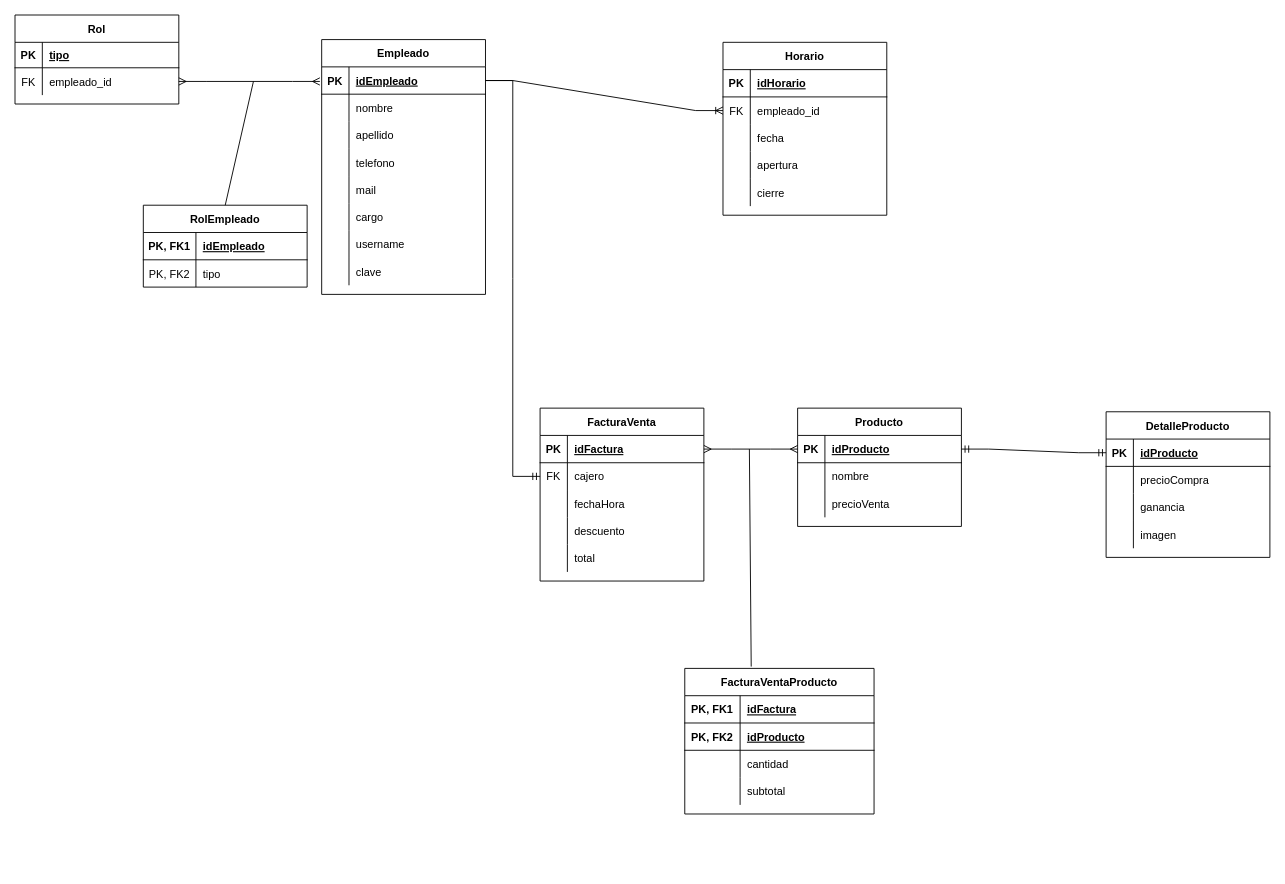
Earlier version of the draw.io diagram page "Página-1" (1 of 2) of Diagrama sin título.drawio (Camilapinz18/Evidencias_SENA). Source tidied: cells renumbered, new cells numbered last; positions are measured from the earlier drawing's top-left corner, leaving out a move shared by most shapes. Both pictures are drawn from the tidied source at 91%, with x=0, y=0 at pixel (15, 15).
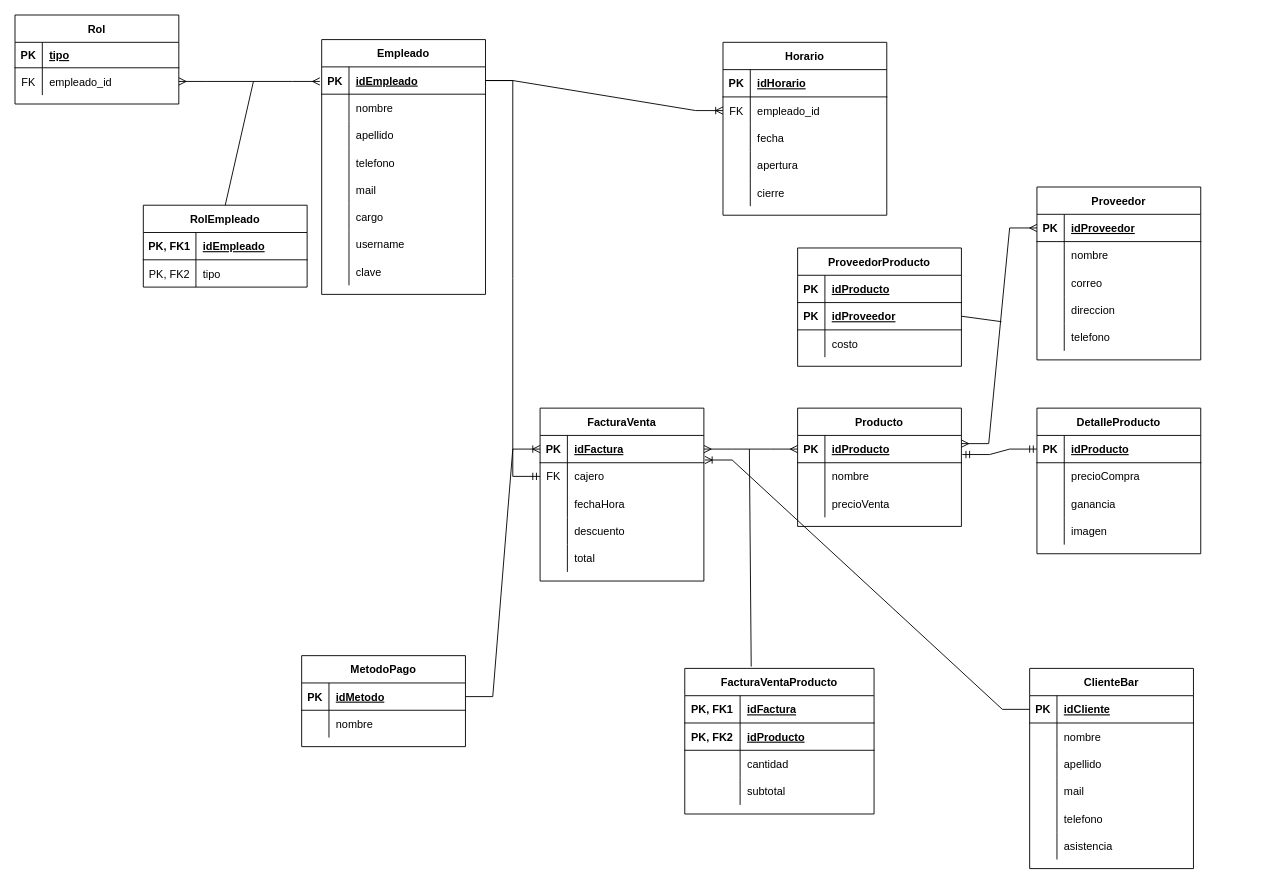
Above is the later version.

The change refers to these unchanged cells:
```xml
<mxCell id="52" style="shape=tableRow;horizontal=0;startSize=0;swimlaneHead=0;swimlaneBody=0;fillColor=none;points=[[0,0.5],[1,0.5]];portConstraint=eastwest;top=0;left=0;right=0;bottom=1;" parent="51" vertex="1">
  <mxGeometry y="30" width="180" height="30" as="geometry" />
</mxCell>
<mxCell id="69" style="shape=tableRow;horizontal=0;startSize=0;swimlaneHead=0;swimlaneBody=0;fillColor=none;points=[[0,0.5],[1,0.5]];portConstraint=eastwest;top=0;left=0;right=0;bottom=1;" parent="68" vertex="1">
  <mxGeometry y="30" width="180" height="30" as="geometry" />
</mxCell>
<mxCell id="101" style="shape=tableRow;horizontal=0;startSize=0;swimlaneHead=0;swimlaneBody=0;fillColor=none;points=[[0,0.5],[1,0.5]];portConstraint=eastwest;top=0;left=0;right=0;bottom=1;" parent="100" vertex="1">
  <mxGeometry y="30" width="180" height="30" as="geometry" />
</mxCell>
```

Diff of the diagram source:
```diff
@@
     <mxCell id="100" value="DetalleProducto" style="shape=table;startSize=30;childLayout=tableLayout;rowLines=0;fontStyle=1;align=center;" parent="1" vertex="1">
-      <mxGeometry x="1199" y="436" width="180" height="160" as="geometry" />
+      <mxGeometry x="1123" y="432" width="180" height="160" as="geometry" />
     </mxCell>
@@
-    <mxCell id="113" style="edgeStyle=entityRelationEdgeStyle;fontSize=12;html=1;endArrow=ERmandOne;startArrow=ERmandOne;rounded=0;exitX=1;exitY=0.5;exitDx=0;exitDy=0;entryX=0;entryY=0.5;entryDx=0;entryDy=0;" parent="1" edge="1" source="69" target="101">
-      <mxGeometry relative="1" as="geometry" />
+    <mxCell id="113" style="edgeStyle=entityRelationEdgeStyle;fontSize=12;html=1;endArrow=ERmandOne;startArrow=ERmandOne;rounded=0;entryX=0;entryY=0.5;entryDx=0;entryDy=0;" parent="1" edge="1" target="101">
+      <mxGeometry relative="1" as="geometry">
+        <mxPoint x="1041" y="483" as="sourcePoint" />
+      </mxGeometry>
     </mxCell>
@@
+    <mxCell id="116" value="Proveedor" style="shape=table;startSize=30;childLayout=tableLayout;rowLines=0;fontStyle=1;align=center;" parent="1" vertex="1">
+      <mxGeometry x="1123" y="189" width="180" height="190" as="geometry" />
+    </mxCell>
+    <mxCell id="117" style="shape=tableRow;horizontal=0;startSize=0;swimlaneHead=0;swimlaneBody=0;fillColor=none;points=[[0,0.5],[1,0.5]];portConstraint=eastwest;top=0;left=0;right=0;bottom=1;" parent="116" vertex="1">
+      <mxGeometry y="30" width="180" height="30" as="geometry" />
+    </mxCell>
+    <mxCell id="118" value="PK" style="shape=partialRectangle;fillColor=none;top=0;left=0;bottom=0;right=0;fontStyle=1;overflow=hidden;" parent="117" vertex="1">
+      <mxGeometry width="30" height="30" as="geometry" />
+    </mxCell>
+    <mxCell id="119" value="idProveedor" style="shape=partialRectangle;fillColor=none;top=0;left=0;bottom=0;right=0;align=left;spacingLeft=6;fontStyle=5;overflow=hidden;" parent="117" vertex="1">
+      <mxGeometry x="30" width="150" height="30" as="geometry" />
+    </mxCell>
+    <mxCell id="120" style="shape=tableRow;horizontal=0;startSize=0;swimlaneHead=0;swimlaneBody=0;fillColor=none;top=0;left=0;right=0;bottom=0;" parent="116" vertex="1">
+      <mxGeometry y="60" width="180" height="30" as="geometry" />
+    </mxCell>
+    <mxCell id="121" style="shape=partialRectangle;fillColor=none;top=0;left=0;bottom=0;right=0;overflow=hidden;" parent="120" vertex="1">
+      <mxGeometry width="30" height="30" as="geometry" />
+    </mxCell>
+    <mxCell id="122" value="nombre" style="shape=partialRectangle;fillColor=none;top=0;left=0;bottom=0;right=0;align=left;spacingLeft=6;overflow=hidden;" parent="120" vertex="1">
+      <mxGeometry x="30" width="150" height="30" as="geometry" />
+    </mxCell>
+    <mxCell id="123" style="shape=tableRow;horizontal=0;startSize=0;swimlaneHead=0;swimlaneBody=0;fillColor=none;top=0;left=0;right=0;bottom=0;" parent="116" vertex="1">
+      <mxGeometry y="90" width="180" height="30" as="geometry" />
+    </mxCell>
+    <mxCell id="124" style="shape=partialRectangle;fillColor=none;top=0;left=0;bottom=0;right=0;overflow=hidden;" parent="123" vertex="1">
+      <mxGeometry width="30" height="30" as="geometry" />
+    </mxCell>
+    <mxCell id="125" value="correo" style="shape=partialRectangle;fillColor=none;top=0;left=0;bottom=0;right=0;align=left;spacingLeft=6;overflow=hidden;" parent="123" vertex="1">
+      <mxGeometry x="30" width="150" height="30" as="geometry" />
+    </mxCell>
+    <mxCell id="126" style="shape=tableRow;horizontal=0;startSize=0;swimlaneHead=0;swimlaneBody=0;fillColor=none;top=0;left=0;right=0;bottom=0;" parent="116" vertex="1">
+      <mxGeometry y="120" width="180" height="30" as="geometry" />
+    </mxCell>
+    <mxCell id="127" style="shape=partialRectangle;fillColor=none;top=0;left=0;bottom=0;right=0;overflow=hidden;" parent="126" vertex="1">
+      <mxGeometry width="30" height="30" as="geometry" />
+    </mxCell>
+    <mxCell id="128" value="direccion" style="shape=partialRectangle;fillColor=none;top=0;left=0;bottom=0;right=0;align=left;spacingLeft=6;overflow=hidden;" parent="126" vertex="1">
+      <mxGeometry x="30" width="150" height="30" as="geometry" />
+    </mxCell>
+    <mxCell id="129" style="shape=tableRow;horizontal=0;startSize=0;swimlaneHead=0;swimlaneBody=0;fillColor=none;top=0;left=0;right=0;bottom=0;" parent="116" vertex="1">
+      <mxGeometry y="150" width="180" height="30" as="geometry" />
+    </mxCell>
+    <mxCell id="130" style="shape=partialRectangle;fillColor=none;top=0;left=0;bottom=0;right=0;overflow=hidden;" parent="129" vertex="1">
+      <mxGeometry width="30" height="30" as="geometry" />
+    </mxCell>
+    <mxCell id="131" value="telefono" style="shape=partialRectangle;fillColor=none;top=0;left=0;bottom=0;right=0;align=left;spacingLeft=6;overflow=hidden;" parent="129" vertex="1">
+      <mxGeometry x="30" width="150" height="30" as="geometry" />
+    </mxCell>
+    <mxCell id="132" value="ProveedorProducto" style="shape=table;startSize=30;childLayout=tableLayout;rowLines=0;fontStyle=1;align=center;" parent="1" vertex="1">
+      <mxGeometry x="860" y="256" width="180" height="130" as="geometry" />
+    </mxCell>
+    <mxCell id="133" style="shape=tableRow;horizontal=0;startSize=0;swimlaneHead=0;swimlaneBody=0;fillColor=none;top=0;left=0;right=0;bottom=1;" parent="132" vertex="1">
+      <mxGeometry y="30" width="180" height="30" as="geometry" />
+    </mxCell>
+    <mxCell id="134" value="PK" style="shape=partialRectangle;fillColor=none;top=0;left=0;bottom=0;right=0;fontStyle=1;overflow=hidden;" parent="133" vertex="1">
+      <mxGeometry width="30" height="30" as="geometry" />
+    </mxCell>
+    <mxCell id="135" value="idProducto" style="shape=partialRectangle;fillColor=none;top=0;left=0;bottom=0;right=0;align=left;spacingLeft=6;fontStyle=5;overflow=hidden;" parent="133" vertex="1">
+      <mxGeometry x="30" width="150" height="30" as="geometry" />
+    </mxCell>
+    <mxCell id="136" style="shape=tableRow;horizontal=0;startSize=0;swimlaneHead=0;swimlaneBody=0;fillColor=none;points=[[0,0.5],[1,0.5]];portConstraint=eastwest;top=0;left=0;right=0;bottom=1;" parent="132" vertex="1">
+      <mxGeometry y="60" width="180" height="30" as="geometry" />
+    </mxCell>
+    <mxCell id="137" value="PK" style="shape=partialRectangle;fillColor=none;top=0;left=0;bottom=0;right=0;fontStyle=1;overflow=hidden;" parent="136" vertex="1">
+      <mxGeometry width="30" height="30" as="geometry" />
+    </mxCell>
+    <mxCell id="138" value="idProveedor" style="shape=partialRectangle;fillColor=none;top=0;left=0;bottom=0;right=0;align=left;spacingLeft=6;fontStyle=5;overflow=hidden;" parent="136" vertex="1">
+      <mxGeometry x="30" width="150" height="30" as="geometry" />
+    </mxCell>
+    <mxCell id="139" style="shape=tableRow;horizontal=0;startSize=0;swimlaneHead=0;swimlaneBody=0;fillColor=none;top=0;left=0;right=0;bottom=0;" parent="132" vertex="1">
+      <mxGeometry y="90" width="180" height="30" as="geometry" />
+    </mxCell>
+    <mxCell id="140" style="shape=partialRectangle;fillColor=none;top=0;left=0;bottom=0;right=0;overflow=hidden;" parent="139" vertex="1">
+      <mxGeometry width="30" height="30" as="geometry" />
+    </mxCell>
+    <mxCell id="141" value="costo" style="shape=partialRectangle;fillColor=none;top=0;left=0;bottom=0;right=0;align=left;spacingLeft=6;overflow=hidden;" parent="139" vertex="1">
+      <mxGeometry x="30" width="150" height="30" as="geometry" />
+    </mxCell>
+    <mxCell id="142" style="edgeStyle=entityRelationEdgeStyle;fontSize=12;html=1;endArrow=ERmany;startArrow=ERmany;rounded=0;exitX=1;exitY=0.3;exitDx=0;exitDy=0;entryX=0;entryY=0.5;entryDx=0;entryDy=0;exitPerimeter=0;" parent="1" edge="1" source="69" target="117">
+      <mxGeometry relative="1" as="geometry" />
+    </mxCell>
+    <mxCell id="143" style="endArrow=none;html=1;rounded=0;exitX=1;exitY=0.5;exitDx=0;exitDy=0;" parent="1" edge="1" source="136">
+      <mxGeometry relative="1" as="geometry">
+        <mxPoint x="1084" y="337" as="targetPoint" />
+      </mxGeometry>
+    </mxCell>
+    <mxCell id="144" value="ClienteBar" style="shape=table;startSize=30;childLayout=tableLayout;rowLines=0;fontStyle=1;align=center;" parent="1" vertex="1">
+      <mxGeometry x="1115" y="718" width="180" height="220" as="geometry" />
+    </mxCell>
+    <mxCell id="145" style="shape=tableRow;horizontal=0;startSize=0;swimlaneHead=0;swimlaneBody=0;fillColor=none;points=[[0,0.5],[1,0.5]];portConstraint=eastwest;top=0;left=0;right=0;bottom=1;" parent="144" vertex="1">
+      <mxGeometry y="30" width="180" height="30" as="geometry" />
+    </mxCell>
+    <mxCell id="146" value="PK" style="shape=partialRectangle;fillColor=none;top=0;left=0;bottom=0;right=0;fontStyle=1;overflow=hidden;" parent="145" vertex="1">
+      <mxGeometry width="30" height="30" as="geometry" />
+    </mxCell>
+    <mxCell id="147" value="idCliente" style="shape=partialRectangle;fillColor=none;top=0;left=0;bottom=0;right=0;align=left;spacingLeft=6;fontStyle=5;overflow=hidden;" parent="145" vertex="1">
+      <mxGeometry x="30" width="150" height="30" as="geometry" />
+    </mxCell>
+    <mxCell id="148" style="shape=tableRow;horizontal=0;startSize=0;swimlaneHead=0;swimlaneBody=0;fillColor=none;top=0;left=0;right=0;bottom=0;" parent="144" vertex="1">
+      <mxGeometry y="60" width="180" height="30" as="geometry" />
+    </mxCell>
+    <mxCell id="149" style="shape=partialRectangle;fillColor=none;top=0;left=0;bottom=0;right=0;overflow=hidden;" parent="148" vertex="1">
+      <mxGeometry width="30" height="30" as="geometry" />
+    </mxCell>
+    <mxCell id="150" value="nombre" style="shape=partialRectangle;fillColor=none;top=0;left=0;bottom=0;right=0;align=left;spacingLeft=6;overflow=hidden;" parent="148" vertex="1">
+      <mxGeometry x="30" width="150" height="30" as="geometry" />
+    </mxCell>
+    <mxCell id="151" style="shape=tableRow;horizontal=0;startSize=0;swimlaneHead=0;swimlaneBody=0;fillColor=none;top=0;left=0;right=0;bottom=0;" parent="144" vertex="1">
+      <mxGeometry y="90" width="180" height="30" as="geometry" />
+    </mxCell>
+    <mxCell id="152" style="shape=partialRectangle;fillColor=none;top=0;left=0;bottom=0;right=0;overflow=hidden;" parent="151" vertex="1">
+      <mxGeometry width="30" height="30" as="geometry" />
+    </mxCell>
+    <mxCell id="153" value="apellido" style="shape=partialRectangle;fillColor=none;top=0;left=0;bottom=0;right=0;align=left;spacingLeft=6;overflow=hidden;" parent="151" vertex="1">
+      <mxGeometry x="30" width="150" height="30" as="geometry" />
+    </mxCell>
+    <mxCell id="154" style="shape=tableRow;horizontal=0;startSize=0;swimlaneHead=0;swimlaneBody=0;fillColor=none;top=0;left=0;right=0;bottom=0;" parent="144" vertex="1">
+      <mxGeometry y="120" width="180" height="30" as="geometry" />
+    </mxCell>
+    <mxCell id="155" style="shape=partialRectangle;fillColor=none;top=0;left=0;bottom=0;right=0;overflow=hidden;" parent="154" vertex="1">
+      <mxGeometry width="30" height="30" as="geometry" />
+    </mxCell>
+    <mxCell id="156" value="mail" style="shape=partialRectangle;fillColor=none;top=0;left=0;bottom=0;right=0;align=left;spacingLeft=6;overflow=hidden;" parent="154" vertex="1">
+      <mxGeometry x="30" width="150" height="30" as="geometry" />
+    </mxCell>
+    <mxCell id="157" style="shape=tableRow;horizontal=0;startSize=0;swimlaneHead=0;swimlaneBody=0;fillColor=none;top=0;left=0;right=0;bottom=0;" parent="144" vertex="1">
+      <mxGeometry y="150" width="180" height="30" as="geometry" />
+    </mxCell>
+    <mxCell id="158" style="shape=partialRectangle;fillColor=none;top=0;left=0;bottom=0;right=0;overflow=hidden;" parent="157" vertex="1">
+      <mxGeometry width="30" height="30" as="geometry" />
+    </mxCell>
+    <mxCell id="159" value="telefono" style="shape=partialRectangle;fillColor=none;top=0;left=0;bottom=0;right=0;align=left;spacingLeft=6;overflow=hidden;" parent="157" vertex="1">
+      <mxGeometry x="30" width="150" height="30" as="geometry" />
+    </mxCell>
+    <mxCell id="160" style="shape=tableRow;horizontal=0;startSize=0;swimlaneHead=0;swimlaneBody=0;fillColor=none;top=0;left=0;right=0;bottom=0;" parent="144" vertex="1">
+      <mxGeometry y="180" width="180" height="30" as="geometry" />
+    </mxCell>
+    <mxCell id="161" style="shape=partialRectangle;fillColor=none;top=0;left=0;bottom=0;right=0;overflow=hidden;" parent="160" vertex="1">
+      <mxGeometry width="30" height="30" as="geometry" />
+    </mxCell>
+    <mxCell id="162" value="asistencia" style="shape=partialRectangle;fillColor=none;top=0;left=0;bottom=0;right=0;align=left;spacingLeft=6;overflow=hidden;" parent="160" vertex="1">
+      <mxGeometry x="30" width="150" height="30" as="geometry" />
+    </mxCell>
+    <mxCell id="163" style="edgeStyle=entityRelationEdgeStyle;fontSize=12;html=1;endArrow=ERoneToMany;rounded=0;entryX=1.006;entryY=0.9;entryDx=0;entryDy=0;entryPerimeter=0;exitX=0;exitY=0.5;exitDx=0;exitDy=0;" parent="1" edge="1" source="145" target="52">
+      <mxGeometry relative="1" as="geometry" />
+    </mxCell>
+    <mxCell id="164" value="MetodoPago" style="shape=table;startSize=30;childLayout=tableLayout;rowLines=0;fontStyle=1;align=center;" parent="1" vertex="1">
+      <mxGeometry x="315" y="704" width="180" height="100" as="geometry" />
+    </mxCell>
+    <mxCell id="165" style="shape=tableRow;horizontal=0;startSize=0;swimlaneHead=0;swimlaneBody=0;fillColor=none;points=[[0,0.5],[1,0.5]];portConstraint=eastwest;top=0;left=0;right=0;bottom=1;" parent="164" vertex="1">
+      <mxGeometry y="30" width="180" height="30" as="geometry" />
+    </mxCell>
+    <mxCell id="166" value="PK" style="shape=partialRectangle;fillColor=none;top=0;left=0;bottom=0;right=0;fontStyle=1;overflow=hidden;" parent="165" vertex="1">
+      <mxGeometry width="30" height="30" as="geometry" />
+    </mxCell>
+    <mxCell id="167" value="idMetodo" style="shape=partialRectangle;fillColor=none;top=0;left=0;bottom=0;right=0;align=left;spacingLeft=6;fontStyle=5;overflow=hidden;" parent="165" vertex="1">
+      <mxGeometry x="30" width="150" height="30" as="geometry" />
+    </mxCell>
+    <mxCell id="168" style="shape=tableRow;horizontal=0;startSize=0;swimlaneHead=0;swimlaneBody=0;fillColor=none;top=0;left=0;right=0;bottom=0;" parent="164" vertex="1">
+      <mxGeometry y="60" width="180" height="30" as="geometry" />
+    </mxCell>
+    <mxCell id="169" style="shape=partialRectangle;fillColor=none;top=0;left=0;bottom=0;right=0;overflow=hidden;" parent="168" vertex="1">
+      <mxGeometry width="30" height="30" as="geometry" />
+    </mxCell>
+    <mxCell id="170" value="nombre" style="shape=partialRectangle;fillColor=none;top=0;left=0;bottom=0;right=0;align=left;spacingLeft=6;overflow=hidden;" parent="168" vertex="1">
+      <mxGeometry x="30" width="150" height="30" as="geometry" />
+    </mxCell>
+    <mxCell id="171" style="edgeStyle=entityRelationEdgeStyle;fontSize=12;html=1;endArrow=ERoneToMany;rounded=0;entryX=0;entryY=0.5;entryDx=0;entryDy=0;exitX=1;exitY=0.5;exitDx=0;exitDy=0;" parent="1" edge="1" source="165" target="52">
+      <mxGeometry relative="1" as="geometry" />
+    </mxCell>
```
